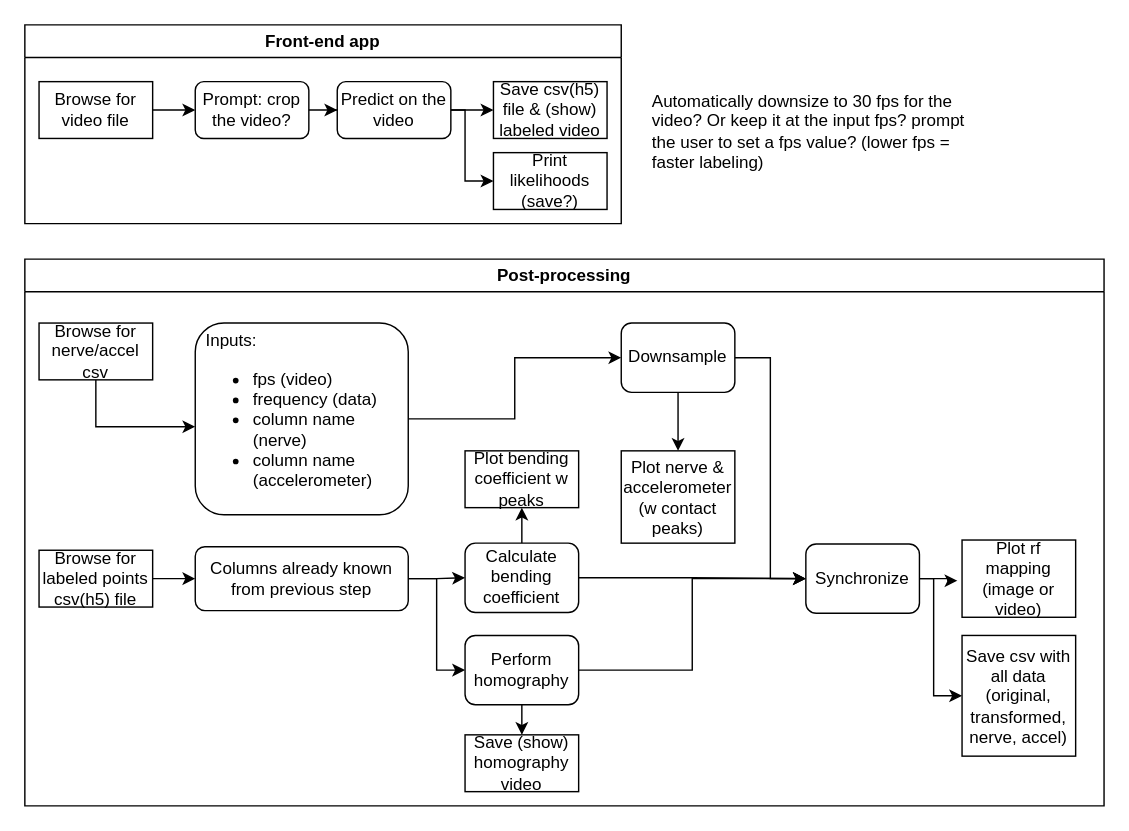
This is rf_mapping.drawio from Periksvensson84/RF_mapping, a draw.io file, before an edit. Source tidied: cells renumbered, new cells numbered last; positions are measured from the earlier drawing's top-left corner, leaving out a move shared by most shapes. Both pictures are drawn from the tidied source at 142%, with x=0, y=0 at pixel (24, 24).
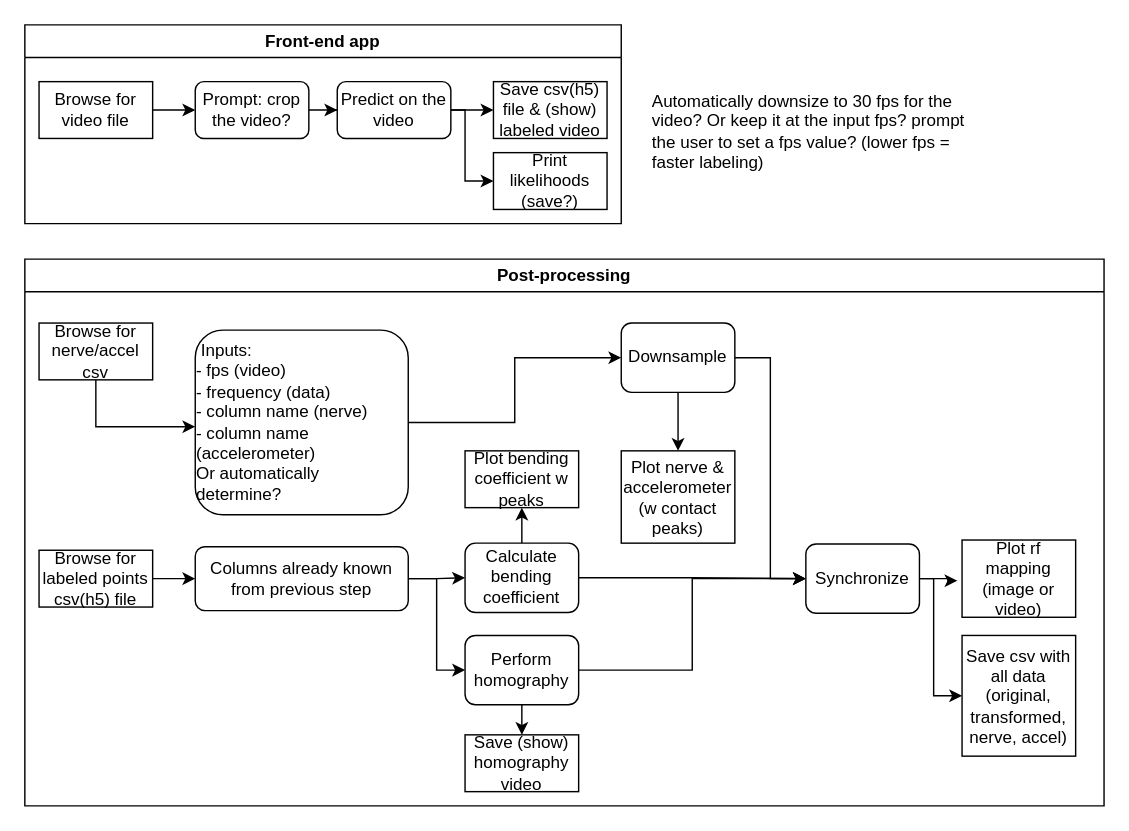
The same page after the edit.

Unchanged cells that the change refers to:
```xml
<mxCell id="12" value="Post-processing" style="swimlane;whiteSpace=wrap;html=1;" parent="1" vertex="1">
  <mxGeometry y="165" width="760" height="385" as="geometry" />
</mxCell>
```

Change to the diagram source:
```diff
@@
-<mxGraphModel>
+<mxGraphModel background="#ffffff">
@@
-    <mxCell id="16" value="&lt;div align=&quot;left&quot;&gt;&amp;nbsp; Inputs:&lt;/div&gt;&lt;div align=&quot;left&quot;&gt;&lt;ul&gt;&lt;li&gt;fps (video)&lt;/li&gt;&lt;li&gt;frequency (data)&lt;/li&gt;&lt;li&gt;column name (nerve)&lt;/li&gt;&lt;li&gt;column name (accelerometer)&lt;/li&gt;&lt;/ul&gt;&lt;/div&gt;" style="rounded=1;whiteSpace=wrap;html=1;" parent="12" vertex="1">
-      <mxGeometry x="120" y="45" width="150" height="135" as="geometry" />
+    <mxCell id="16" value="&lt;div style=&quot;text-align: left;&quot;&gt;&amp;nbsp;Inputs:&lt;/div&gt;&lt;div align=&quot;left&quot;&gt;&lt;span style=&quot;background-color: transparent; text-align: center;&quot;&gt;- fps (video)&lt;/span&gt;&lt;br&gt;&lt;span style=&quot;background-color: transparent; text-align: center;&quot;&gt;- frequency (data)&lt;/span&gt;&lt;br&gt;&lt;span style=&quot;background-color: transparent; text-align: center;&quot;&gt;- column name (nerve)&lt;/span&gt;&lt;br&gt;&lt;span style=&quot;background-color: transparent; text-align: center;&quot;&gt;- column name (accelerometer)&lt;/span&gt;&lt;br&gt;&lt;div&gt;Or automatically determine?&lt;/div&gt;&lt;/div&gt;" style="rounded=1;whiteSpace=wrap;html=1;" parent="12" vertex="1">
+      <mxGeometry x="120" y="50" width="150" height="130" as="geometry" />
     </mxCell>
```
